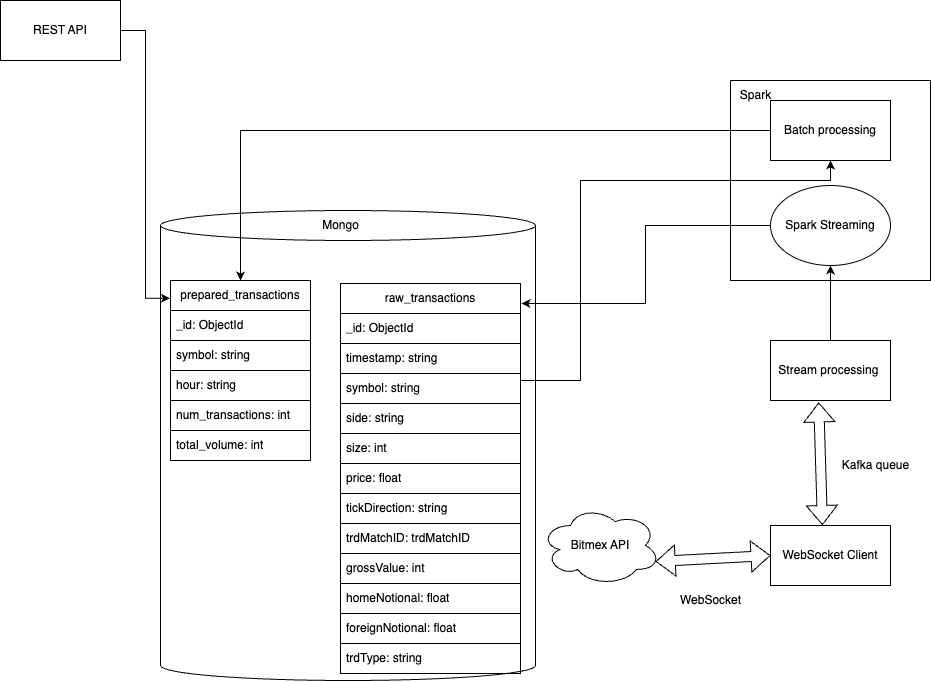
Before: img/bigDataProjectArchitecture.drawio.png, a diagram exported from draw.io (Raspy-Py/CryptoBigData). Source tidied: cells renumbered, new cells last; positions are measured from the earlier drawing's top-left corner, leaving out a move shared by most shapes. The source it was exported from:
```xml
<mxGraphModel>
  <root>
    <mxCell id="0" />
    <mxCell id="1" parent="0" />
    <mxCell id="2" value="WebSocket Client" style="rounded=0;whiteSpace=wrap;html=1;" parent="1" vertex="1">
      <mxGeometry x="770" y="525" width="120" height="60" as="geometry" />
    </mxCell>
    <mxCell id="3" value="Bitmex API" style="ellipse;shape=cloud;whiteSpace=wrap;html=1;" parent="1" vertex="1">
      <mxGeometry x="540" y="505" width="120" height="80" as="geometry" />
    </mxCell>
    <mxCell id="4" style="shape=flexArrow;endArrow=classic;startArrow=classic;html=1;rounded=0;entryX=0.96;entryY=0.7;entryDx=0;entryDy=0;entryPerimeter=0;" parent="1" edge="1" target="3">
      <mxGeometry relative="1" as="geometry">
        <mxPoint x="770" y="555" as="sourcePoint" />
      </mxGeometry>
    </mxCell>
    <mxCell id="5" value="WebSocket" style="text;html=1;align=center;verticalAlign=middle;strokeColor=none;fillColor=none;" parent="1" vertex="1">
      <mxGeometry x="670" y="585" width="80" height="30" as="geometry" />
    </mxCell>
    <mxCell id="6" style="edgeStyle=orthogonalEdgeStyle;rounded=0;jettySize=auto;html=1;" parent="1" edge="1" source="7" target="11">
      <mxGeometry relative="1" as="geometry" />
    </mxCell>
    <mxCell id="7" value="Stream processing&amp;nbsp;" style="rounded=0;whiteSpace=wrap;html=1;" parent="1" vertex="1">
      <mxGeometry x="770" y="340" width="120" height="60" as="geometry" />
    </mxCell>
    <mxCell id="8" style="shape=flexArrow;endArrow=classic;startArrow=classic;html=1;rounded=0;exitX=0.402;exitY=1.033;exitDx=0;exitDy=0;entryX=0.433;entryY=-0.008;entryDx=0;entryDy=0;entryPerimeter=0;exitPerimeter=0;" parent="1" edge="1" source="7" target="2">
      <mxGeometry relative="1" as="geometry" />
    </mxCell>
    <mxCell id="9" value="Kafka queue" style="text;html=1;align=center;verticalAlign=middle;strokeColor=none;fillColor=none;" parent="1" vertex="1">
      <mxGeometry x="830" y="450" width="90" height="30" as="geometry" />
    </mxCell>
    <mxCell id="10" style="shape=cylinder3;whiteSpace=wrap;html=1;boundedLbl=1;backgroundOutline=1;size=15;" parent="1" vertex="1">
      <mxGeometry x="160" y="210" width="375" height="470" as="geometry" />
    </mxCell>
    <mxCell id="11" value="Spark Streaming" style="ellipse;whiteSpace=wrap;html=1;" parent="1" vertex="1">
      <mxGeometry x="770" y="185" width="120" height="80" as="geometry" />
    </mxCell>
    <mxCell id="12" value="Mongo" style="text;html=1;align=center;verticalAlign=middle;strokeColor=none;fillColor=none;" parent="1" vertex="1">
      <mxGeometry x="310" y="210" width="60" height="30" as="geometry" />
    </mxCell>
    <mxCell id="13" style="edgeStyle=orthogonalEdgeStyle;rounded=0;jettySize=auto;html=1;entryX=0.5;entryY=1;entryDx=0;entryDy=0;" parent="1" edge="1" target="20">
      <mxGeometry relative="1" as="geometry">
        <mxPoint x="520" y="393" as="sourcePoint" />
        <Array as="points">
          <mxPoint x="520" y="380" />
          <mxPoint x="580" y="380" />
          <mxPoint x="580" y="180" />
          <mxPoint x="830" y="180" />
        </Array>
      </mxGeometry>
    </mxCell>
    <mxCell id="14" value="raw_transactions" style="swimlane;fontStyle=0;horizontal=1;startSize=30;whiteSpace=wrap;html=1;" parent="1" vertex="1">
      <mxGeometry x="340" y="283" width="180" height="120" as="geometry" />
    </mxCell>
    <mxCell id="15" value="_id:&amp;nbsp;ObjectId" style="text;strokeColor=default;fillColor=none;align=left;verticalAlign=middle;spacingLeft=4;spacingRight=4;overflow=hidden;whiteSpace=wrap;html=1;" parent="14" vertex="1">
      <mxGeometry y="30" width="180" height="30" as="geometry" />
    </mxCell>
    <mxCell id="16" value="timestamp: string" style="text;strokeColor=default;fillColor=none;align=left;verticalAlign=middle;spacingLeft=4;spacingRight=4;overflow=hidden;whiteSpace=wrap;html=1;" parent="14" vertex="1">
      <mxGeometry y="60" width="180" height="30" as="geometry" />
    </mxCell>
    <mxCell id="17" value="symbol: string" style="text;strokeColor=default;fillColor=none;align=left;verticalAlign=middle;spacingLeft=4;spacingRight=4;overflow=hidden;whiteSpace=wrap;html=1;" parent="14" vertex="1">
      <mxGeometry y="90" width="180" height="30" as="geometry" />
    </mxCell>
    <mxCell id="18" style="edgeStyle=orthogonalEdgeStyle;rounded=0;jettySize=auto;html=1;entryX=1.005;entryY=0.167;entryDx=0;entryDy=0;entryPerimeter=0;" parent="1" edge="1" source="11" target="14">
      <mxGeometry relative="1" as="geometry" />
    </mxCell>
    <mxCell id="19" style="edgeStyle=orthogonalEdgeStyle;rounded=0;jettySize=auto;html=1;" parent="1" edge="1" source="20" target="21">
      <mxGeometry relative="1" as="geometry" />
    </mxCell>
    <mxCell id="20" value="Batch processing" style="rounded=0;whiteSpace=wrap;html=1;" parent="1" vertex="1">
      <mxGeometry x="770" y="100" width="120" height="60" as="geometry" />
    </mxCell>
    <mxCell id="21" value="prepared_transactions" style="swimlane;fontStyle=0;horizontal=1;startSize=30;whiteSpace=wrap;html=1;" parent="1" vertex="1">
      <mxGeometry x="170" y="280" width="140" height="120" as="geometry" />
    </mxCell>
    <mxCell id="22" value="_id:&amp;nbsp;ObjectId" style="text;strokeColor=default;fillColor=none;align=left;verticalAlign=middle;spacingLeft=4;spacingRight=4;overflow=hidden;whiteSpace=wrap;html=1;" parent="21" vertex="1">
      <mxGeometry y="30" width="140" height="30" as="geometry" />
    </mxCell>
    <mxCell id="23" value="symbol: string" style="text;strokeColor=default;fillColor=none;align=left;verticalAlign=middle;spacingLeft=4;spacingRight=4;overflow=hidden;whiteSpace=wrap;html=1;" parent="21" vertex="1">
      <mxGeometry y="60" width="140" height="30" as="geometry" />
    </mxCell>
    <mxCell id="24" value="hour: string" style="text;strokeColor=default;fillColor=none;align=left;verticalAlign=middle;spacingLeft=4;spacingRight=4;overflow=hidden;whiteSpace=wrap;html=1;" parent="21" vertex="1">
      <mxGeometry y="90" width="140" height="30" as="geometry" />
    </mxCell>
    <mxCell id="25" value="REST API" style="rounded=0;whiteSpace=wrap;html=1;" parent="1" vertex="1">
      <mxGeometry width="120" height="60" as="geometry" />
    </mxCell>
    <mxCell id="26" style="edgeStyle=orthogonalEdgeStyle;rounded=0;jettySize=auto;html=1;entryX=-0.004;entryY=0.148;entryDx=0;entryDy=0;entryPerimeter=0;" parent="1" edge="1" source="25" target="21">
      <mxGeometry relative="1" as="geometry" />
    </mxCell>
    <mxCell id="27" value="side: string&lt;span style=&quot;white-space: pre;&quot;&gt;&#9;&lt;/span&gt;" style="text;strokeColor=default;fillColor=none;align=left;verticalAlign=middle;spacingLeft=4;spacingRight=4;overflow=hidden;whiteSpace=wrap;html=1;" parent="1" vertex="1">
      <mxGeometry x="340" y="403" width="180" height="30" as="geometry" />
    </mxCell>
    <mxCell id="28" value="size: int" style="text;strokeColor=default;fillColor=none;align=left;verticalAlign=middle;spacingLeft=4;spacingRight=4;overflow=hidden;whiteSpace=wrap;html=1;" parent="1" vertex="1">
      <mxGeometry x="340" y="433" width="180" height="30" as="geometry" />
    </mxCell>
    <mxCell id="29" value="price: float" style="text;strokeColor=default;fillColor=none;align=left;verticalAlign=middle;spacingLeft=4;spacingRight=4;overflow=hidden;whiteSpace=wrap;html=1;" parent="1" vertex="1">
      <mxGeometry x="340" y="463" width="180" height="30" as="geometry" />
    </mxCell>
    <mxCell id="30" value="tickDirection: string" style="text;strokeColor=default;fillColor=none;align=left;verticalAlign=middle;spacingLeft=4;spacingRight=4;overflow=hidden;whiteSpace=wrap;html=1;" parent="1" vertex="1">
      <mxGeometry x="340" y="493" width="180" height="30" as="geometry" />
    </mxCell>
    <mxCell id="31" value="trdMatchID:&amp;nbsp;trdMatchID" style="text;strokeColor=default;fillColor=none;align=left;verticalAlign=middle;spacingLeft=4;spacingRight=4;overflow=hidden;whiteSpace=wrap;html=1;" parent="1" vertex="1">
      <mxGeometry x="340" y="523" width="180" height="30" as="geometry" />
    </mxCell>
    <mxCell id="32" value="grossValue: int" style="text;strokeColor=default;fillColor=none;align=left;verticalAlign=middle;spacingLeft=4;spacingRight=4;overflow=hidden;whiteSpace=wrap;html=1;" parent="1" vertex="1">
      <mxGeometry x="340" y="553" width="180" height="30" as="geometry" />
    </mxCell>
    <mxCell id="33" value="homeNotional: float" style="text;strokeColor=default;fillColor=none;align=left;verticalAlign=middle;spacingLeft=4;spacingRight=4;overflow=hidden;whiteSpace=wrap;html=1;" parent="1" vertex="1">
      <mxGeometry x="340" y="583" width="180" height="30" as="geometry" />
    </mxCell>
    <mxCell id="34" value="foreignNotional: float" style="text;strokeColor=default;fillColor=none;align=left;verticalAlign=middle;spacingLeft=4;spacingRight=4;overflow=hidden;whiteSpace=wrap;html=1;" parent="1" vertex="1">
      <mxGeometry x="340" y="613" width="180" height="30" as="geometry" />
    </mxCell>
    <mxCell id="35" value="trdType: string" style="text;strokeColor=default;fillColor=none;align=left;verticalAlign=middle;spacingLeft=4;spacingRight=4;overflow=hidden;whiteSpace=wrap;html=1;" parent="1" vertex="1">
      <mxGeometry x="340" y="643" width="180" height="30" as="geometry" />
    </mxCell>
    <mxCell id="36" value="num_transactions: int" style="text;strokeColor=default;fillColor=none;align=left;verticalAlign=middle;spacingLeft=4;spacingRight=4;overflow=hidden;whiteSpace=wrap;html=1;" parent="1" vertex="1">
      <mxGeometry x="170" y="400" width="140" height="30" as="geometry" />
    </mxCell>
    <mxCell id="37" value="total_volume: int" style="text;strokeColor=default;fillColor=none;align=left;verticalAlign=middle;spacingLeft=4;spacingRight=4;overflow=hidden;whiteSpace=wrap;html=1;" parent="1" vertex="1">
      <mxGeometry x="170" y="430" width="140" height="30" as="geometry" />
    </mxCell>
    <mxCell id="38" style="swimlane;startSize=0;" parent="1" vertex="1">
      <mxGeometry x="730" y="80" width="200" height="200" as="geometry" />
    </mxCell>
    <mxCell id="39" value="Spark" style="text;html=1;align=center;verticalAlign=middle;strokeColor=none;fillColor=none;" parent="38" vertex="1">
      <mxGeometry width="50" height="30" as="geometry" />
    </mxCell>
  </root>
</mxGraphModel>
```
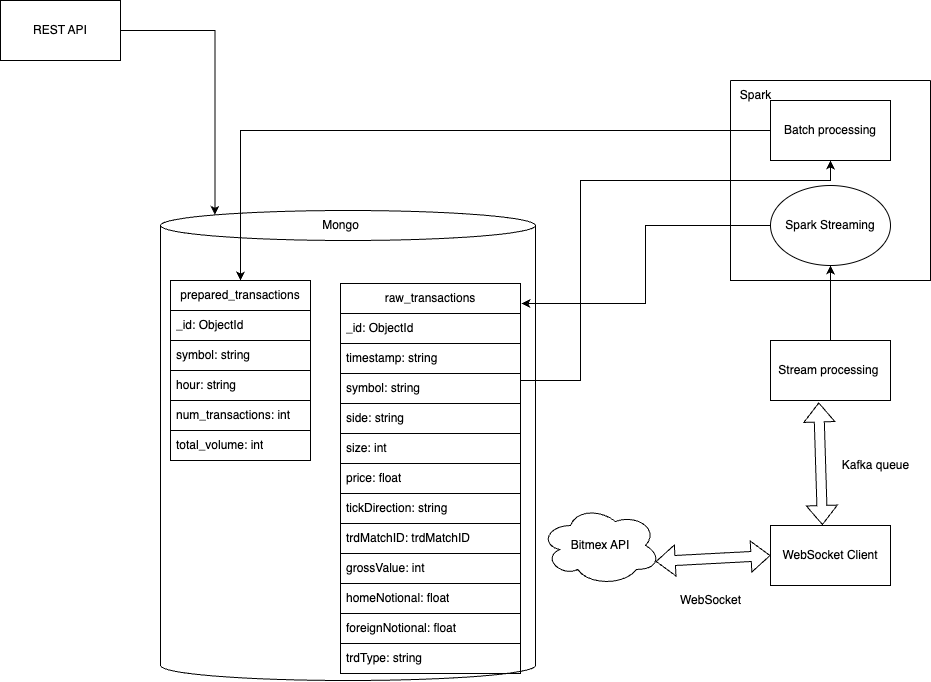
Later version of the same file.

Change to the diagram source:
```diff
@@ -84,7 +84,7 @@
     <mxCell id="25" value="REST API" style="rounded=0;whiteSpace=wrap;html=1;" parent="1" vertex="1">
       <mxGeometry width="120" height="60" as="geometry" />
     </mxCell>
-    <mxCell id="26" style="edgeStyle=orthogonalEdgeStyle;rounded=0;jettySize=auto;html=1;entryX=-0.004;entryY=0.148;entryDx=0;entryDy=0;entryPerimeter=0;" parent="1" edge="1" source="25" target="21">
+    <mxCell id="26" style="edgeStyle=orthogonalEdgeStyle;rounded=0;jettySize=auto;html=1;entryX=0.145;entryY=0;entryDx=0;entryDy=4.35;entryPerimeter=0;" parent="1" edge="1" source="25" target="10">
       <mxGeometry relative="1" as="geometry" />
     </mxCell>
     <mxCell id="27" value="side: string&lt;span style=&quot;white-space: pre;&quot;&gt;&#9;&lt;/span&gt;" style="text;strokeColor=default;fillColor=none;align=left;verticalAlign=middle;spacingLeft=4;spacingRight=4;overflow=hidden;whiteSpace=wrap;html=1;" parent="1" vertex="1">
```
